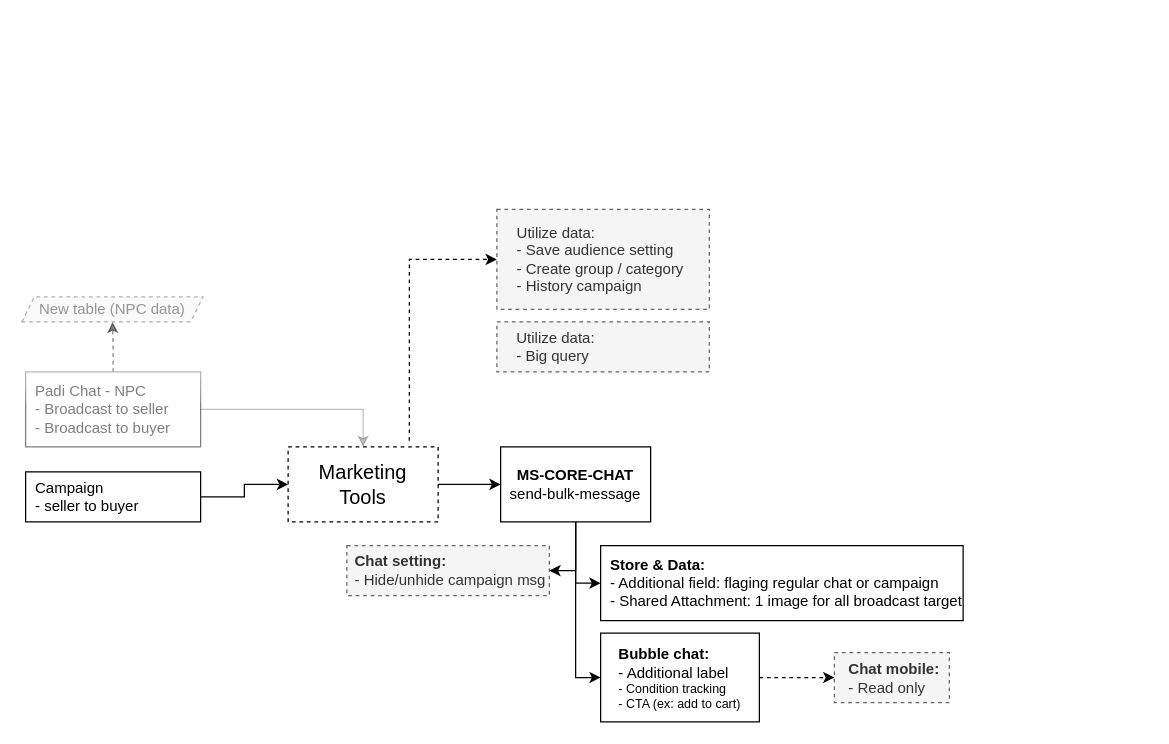
Earlier version of the draw.io diagram page "Chat for Campign" (6 of 8) of System Design Padi Chat.drawio (yogiprsetya/app.diagrams.net). Source tidied: cells renumbered, new cells numbered last; positions are measured from the earlier drawing's top-left corner, leaving out a move shared by most shapes. Both pictures are drawn from the tidied source at 125%, with x=0, y=0 at pixel (21, 209).
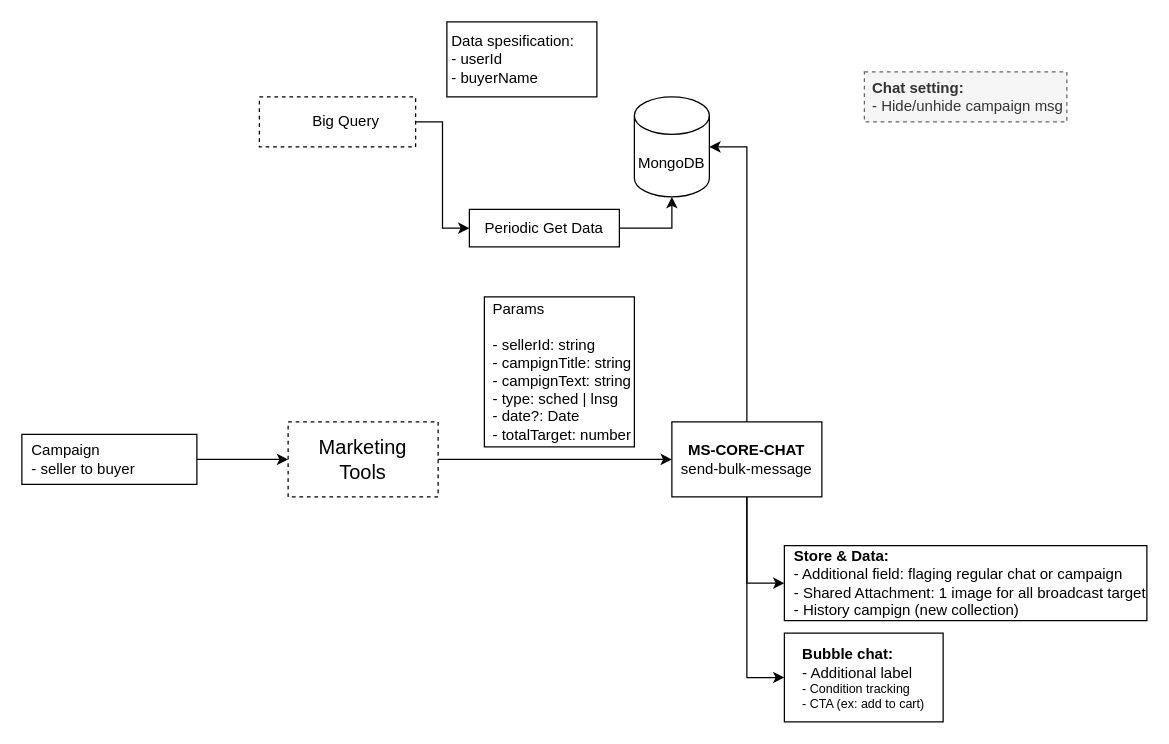
The same diagram, later.

Unchanged cells that the change refers to:
```xml
<mxCell id="9" value="&lt;div&gt;&lt;font style=&quot;font-size: 16px;&quot;&gt;Marketing&lt;/font&gt;&lt;/div&gt;&lt;div&gt;&lt;font style=&quot;font-size: 16px;&quot;&gt;Tools&lt;/font&gt;&lt;/div&gt;" style="rounded=0;whiteSpace=wrap;html=1;dashed=1;" parent="8" vertex="1">
  <mxGeometry width="120" height="60" as="geometry" />
</mxCell>
<mxCell id="11" value="&lt;div&gt;&lt;b&gt;MS-CORE-CHAT&lt;/b&gt;&lt;/div&gt;&lt;div&gt;send-bulk-message&lt;br&gt;&lt;/div&gt;" style="rounded=0;whiteSpace=wrap;html=1;" parent="10" vertex="1">
  <mxGeometry width="120" height="60" as="geometry" />
</mxCell>
```

The edit, as a diff of the source:
```diff
@@
-    <mxCell id="2" style="edgeStyle=orthogonalEdgeStyle;rounded=0;jettySize=auto;html=1;exitX=0.5;exitY=0;exitDx=0;exitDy=0;entryX=0.5;entryY=1;entryDx=0;entryDy=0;dashed=1;opacity=50;" parent="1" edge="1" source="3" target="6">
-      <mxGeometry relative="1" as="geometry" />
-    </mxCell>
-    <mxCell id="3" value="Padi Chat - NPC&lt;br&gt;- Broadcast to seller&lt;br&gt;- Broadcast to buyer" style="rounded=0;whiteSpace=wrap;html=1;align=left;spacingLeft=6;spacingRight=6;glass=1;opacity=50;textOpacity=50;" parent="1" vertex="1">
-      <mxGeometry x="3" y="130" width="140" height="60" as="geometry" />
-    </mxCell>
@@
     <mxCell id="5" value="Campaign&lt;br&gt;- seller to buyer" style="rounded=0;whiteSpace=wrap;html=1;align=left;spacingLeft=6;spacingRight=6;" parent="1" vertex="1">
-      <mxGeometry x="3" y="210" width="140" height="40" as="geometry" />
+      <mxGeometry y="180" width="140" height="40" as="geometry" />
     </mxCell>
-    <mxCell id="6" value="New table (NPC data)" style="shape=parallelogram;perimeter=parallelogramPerimeter;whiteSpace=wrap;html=1;fixedSize=1;size=10.000000000000114;fillColor=#f5f5f5;fontColor=#333333;strokeColor=#666666;dashed=1;opacity=50;textOpacity=50;" parent="1" vertex="1">
-      <mxGeometry y="70" width="145" height="20" as="geometry" />
-    </mxCell>
-    <mxCell id="7" style="endArrow=classic;html=1;rounded=0;exitX=1;exitY=0.5;exitDx=0;exitDy=0;entryX=0.5;entryY=0;entryDx=0;entryDy=0;opacity=25;" parent="1" edge="1" source="3" target="9">
-      <mxGeometry relative="1" as="geometry">
-        <Array as="points">
-          <mxPoint x="273" y="160" />
-        </Array>
-      </mxGeometry>
-    </mxCell>
     <mxCell id="8" style="group;dashed=1;" parent="1" vertex="1">
-      <mxGeometry x="213" y="190" width="120" height="60" as="geometry" />
+      <mxGeometry x="213" y="170" width="120" height="60" as="geometry" />
     </mxCell>
@@
     <mxCell id="10" style="group;" parent="1" vertex="1">
-      <mxGeometry x="383" y="190" width="120" height="60" as="geometry" />
+      <mxGeometry x="520" y="170" width="120" height="60" as="geometry" />
     </mxCell>
@@
     <mxCell id="13" value="&lt;div align=&quot;left&quot;&gt;&lt;b&gt;Bubble chat:&lt;/b&gt;&lt;/div&gt;&lt;div align=&quot;left&quot;&gt;- Additional label&lt;br&gt;&lt;/div&gt;&lt;div align=&quot;left&quot; style=&quot;font-size: 10px;&quot;&gt;- Condition tracking&lt;br&gt;- CTA (ex: add to cart)&lt;br&gt;&lt;/div&gt;" style="rounded=0;whiteSpace=wrap;html=1;" parent="1" vertex="1">
-      <mxGeometry x="463" y="339" width="127" height="71" as="geometry" />
+      <mxGeometry x="610" y="339" width="127" height="71" as="geometry" />
     </mxCell>
-    <mxCell id="14" value="&lt;div&gt;&lt;b&gt;Store &amp;amp; Data:&lt;/b&gt;&lt;/div&gt;&lt;div&gt;- Additional field: flaging regular chat or campaign &lt;b&gt;&lt;br&gt;&lt;/b&gt;&lt;/div&gt;- Shared Attachment: 1 image for all broadcast target" style="rounded=0;whiteSpace=wrap;html=1;align=left;spacingLeft=6;" parent="1" vertex="1">
-      <mxGeometry x="463" y="269" width="290" height="60" as="geometry" />
+    <mxCell id="14" value="&lt;div&gt;&lt;b&gt;Store &amp;amp; Data:&lt;/b&gt;&lt;/div&gt;&lt;div&gt;- Additional field: flaging regular chat or campaign &lt;b&gt;&lt;br&gt;&lt;/b&gt;&lt;/div&gt;&lt;div&gt;- Shared Attachment: 1 image for all broadcast target&lt;/div&gt;&lt;div&gt;- History campign (&lt;span style=&quot;color: light-dark(rgb(0, 0, 0), rgb(255, 0, 0));&quot;&gt;new collection&lt;/span&gt;)&lt;br&gt;&lt;/div&gt;" style="rounded=0;whiteSpace=wrap;html=1;align=left;spacingLeft=6;" parent="1" vertex="1">
+      <mxGeometry x="610" y="269" width="290" height="60" as="geometry" />
     </mxCell>
@@
-    <mxCell id="17" style="edgeStyle=orthogonalEdgeStyle;rounded=0;jettySize=auto;html=1;exitX=0.808;exitY=-0.083;exitDx=0;exitDy=0;entryX=0;entryY=0.5;entryDx=0;entryDy=0;dashed=1;exitPerimeter=0;" parent="1" edge="1" source="9" target="18">
-      <mxGeometry relative="1" as="geometry">
-        <Array as="points">
-          <mxPoint x="310" y="40" />
-        </Array>
-      </mxGeometry>
-    </mxCell>
-    <mxCell id="18" value="&lt;div align=&quot;left&quot;&gt;Utilize data:&lt;/div&gt;&lt;div align=&quot;left&quot;&gt;- Save audience setting&lt;/div&gt;&lt;div style=&quot;padding-right: 4px;&quot; align=&quot;left&quot;&gt;- Create group / category&lt;/div&gt;&lt;div style=&quot;padding-right: 4px;&quot; align=&quot;left&quot;&gt;- History campaign&lt;br&gt;&lt;/div&gt;" style="rounded=0;whiteSpace=wrap;html=1;dashed=1;fillColor=#f5f5f5;fontColor=#333333;strokeColor=#666666;" parent="1" vertex="1">
-      <mxGeometry x="380" width="170" height="80" as="geometry" />
-    </mxCell>
     <mxCell id="19" value="&lt;div align=&quot;left&quot;&gt;&lt;b&gt;Chat setting:&lt;/b&gt;&lt;/div&gt;&lt;div align=&quot;left&quot;&gt;- Hide/unhide campaign msg&lt;br&gt;&lt;/div&gt;" style="rounded=0;whiteSpace=wrap;html=1;spacingLeft=4;dashed=1;fillColor=#f5f5f5;fontColor=#333333;strokeColor=#666666;" parent="1" vertex="1">
-      <mxGeometry x="260" y="269" width="162" height="40" as="geometry" />
+      <mxGeometry x="674" y="-110" width="162" height="40" as="geometry" />
     </mxCell>
-    <mxCell id="20" style="rounded=0;jettySize=auto;html=1;exitX=0.5;exitY=1;exitDx=0;exitDy=0;entryX=1;entryY=0.5;entryDx=0;entryDy=0;edgeStyle=orthogonalEdgeStyle;" parent="1" edge="1" source="11" target="19">
-      <mxGeometry relative="1" as="geometry" />
-    </mxCell>
-    <mxCell id="21" value="&lt;div align=&quot;left&quot;&gt;&lt;b&gt;Chat mobile:&lt;/b&gt;&lt;/div&gt;&lt;div align=&quot;left&quot;&gt;- Read only&lt;br&gt;&lt;/div&gt;" style="rounded=0;whiteSpace=wrap;html=1;spacingLeft=4;fillColor=#f5f5f5;fontColor=#333333;strokeColor=#666666;dashed=1;" parent="1" vertex="1">
-      <mxGeometry x="650" y="354.5" width="92" height="40" as="geometry" />
-    </mxCell>
-    <mxCell id="22" style="edgeStyle=orthogonalEdgeStyle;rounded=0;jettySize=auto;html=1;exitX=1;exitY=0.5;exitDx=0;exitDy=0;entryX=0;entryY=0.5;entryDx=0;entryDy=0;dashed=1;" parent="1" edge="1" source="13" target="21">
-      <mxGeometry relative="1" as="geometry" />
-    </mxCell>
+    <mxCell id="24" style="edgeStyle=orthogonalEdgeStyle;rounded=0;jettySize=auto;html=1;entryX=0;entryY=0.5;entryDx=0;entryDy=0;" parent="1" edge="1" source="23" target="27">
+      <mxGeometry relative="1" as="geometry" />
+    </mxCell>
-    <mxCell id="23" value="&lt;div&gt;Utilize data:&lt;/div&gt;&lt;div&gt;- Big query&lt;br&gt;&lt;/div&gt;" style="rounded=0;whiteSpace=wrap;html=1;dashed=1;fillColor=#f5f5f5;fontColor=#333333;strokeColor=#666666;align=left;spacingLeft=14;" parent="1" vertex="1">
-      <mxGeometry x="380" y="90" width="170" height="40" as="geometry" />
+    <mxCell id="23" value="Big Query" style="rounded=0;whiteSpace=wrap;html=1;dashed=1;align=center;spacingLeft=14;" parent="1" vertex="1">
+      <mxGeometry x="190" y="-90" width="125" height="40" as="geometry" />
     </mxCell>
+    <mxCell id="25" value="&lt;div align=&quot;left&quot;&gt;Params&lt;/div&gt;&lt;div&gt;&lt;br&gt;&lt;/div&gt;&lt;div&gt;- sellerId: string&lt;/div&gt;&lt;div&gt;- campignTitle: string&lt;br&gt;&lt;/div&gt;&lt;div&gt;- campignText: string&lt;/div&gt;&lt;div&gt;- type: sched | lnsg&lt;/div&gt;&lt;div&gt;- date?: Date&lt;/div&gt;&lt;div&gt;- totalTarget: number&lt;br&gt;&lt;/div&gt;" style="whiteSpace=wrap;html=1;align=left;spacingTop=0;spacingLeft=5;" parent="1" vertex="1">
+      <mxGeometry x="370" y="70" width="120" height="120" as="geometry" />
+    </mxCell>
+    <mxCell id="26" value="MongoDB" style="shape=cylinder3;whiteSpace=wrap;html=1;boundedLbl=1;backgroundOutline=1;size=15;" parent="1" vertex="1">
+      <mxGeometry x="490" y="-90" width="60" height="80" as="geometry" />
+    </mxCell>
+    <mxCell id="27" value="Periodic Get Data" style="rounded=0;whiteSpace=wrap;html=1;" parent="1" vertex="1">
+      <mxGeometry x="358" width="120" height="30" as="geometry" />
+    </mxCell>
+    <mxCell id="28" style="edgeStyle=orthogonalEdgeStyle;rounded=0;jettySize=auto;html=1;entryX=0.5;entryY=1;entryDx=0;entryDy=0;entryPerimeter=0;" parent="1" edge="1" source="27" target="26">
+      <mxGeometry relative="1" as="geometry" />
+    </mxCell>
+    <mxCell id="29" style="edgeStyle=orthogonalEdgeStyle;rounded=0;jettySize=auto;html=1;exitX=0.5;exitY=0;exitDx=0;exitDy=0;entryX=1;entryY=0.5;entryDx=0;entryDy=0;entryPerimeter=0;" parent="1" edge="1" source="11" target="26">
+      <mxGeometry relative="1" as="geometry" />
+    </mxCell>
+    <mxCell id="30" value="&lt;div align=&quot;left&quot;&gt;Data spesification:&lt;br&gt;- userId&lt;/div&gt;&lt;div align=&quot;left&quot;&gt;- buyerName&lt;br&gt;&lt;/div&gt;" style="rounded=0;whiteSpace=wrap;html=1;align=left;spacingLeft=2;" parent="1" vertex="1">
+      <mxGeometry x="340" y="-150" width="120" height="60" as="geometry" />
+    </mxCell>
```
